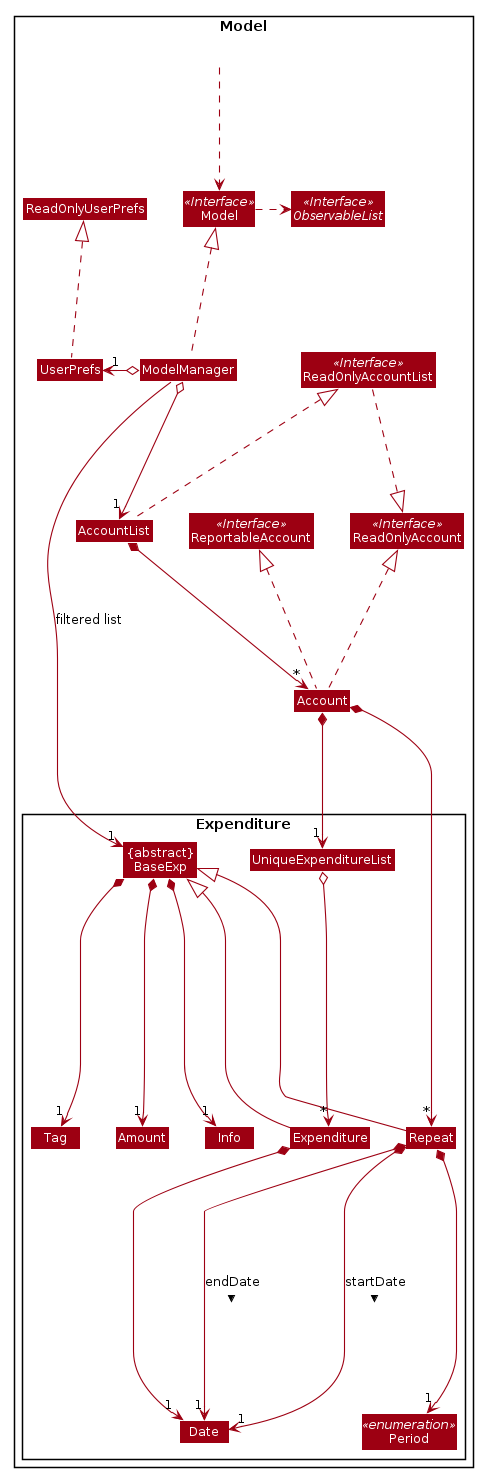
Before: images/ModelClassDiagram.png, a diagram exported from PlantUML (AY1920S2-CS2103T-T10-3/main).
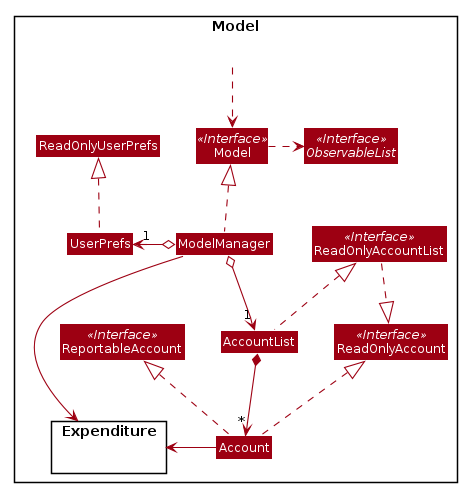
After the commit.

What changed in the source:
```diff
@@ -66,15 +66,6 @@
 Class ReadOnlyUserPrefs
 
 Package Expenditure {
-Class "{abstract}\nBaseExp" as BaseExp
-Class Expenditure
-Class Repeat
-Class Amount
-Class Date
-Class Info
-Class Tag
-Class UniqueExpenditureList
-Class Period <<enumeration>>
 }
 
 
@@ -92,20 +83,8 @@
 UserPrefs .up.|> ReadOnlyUserPrefs
 
 ReadOnlyAccountList .down.|> ReadOnlyAccount
-Account *--> "1" UniqueExpenditureList
-Account *--> "*" Repeat
+Account -left-> Expenditure
 AccountList *--> "*" Account
 
-Repeat -up-|> BaseExp
-Expenditure -up-|> BaseExp
-UniqueExpenditureList o--> "*" Expenditure
-BaseExp *--> "1" Amount
-BaseExp *--> "1" Tag
-BaseExp *--> "1" Info
-Expenditure *--> "1" Date
-Repeat *--> "1" Date : startDate >
-Repeat *--> "1" Date : endDate >
-Repeat *--> "1" Period
-
-ModelManager --> "1" BaseExp : filtered list
+ModelManager --> Expenditure
 @enduml
```
